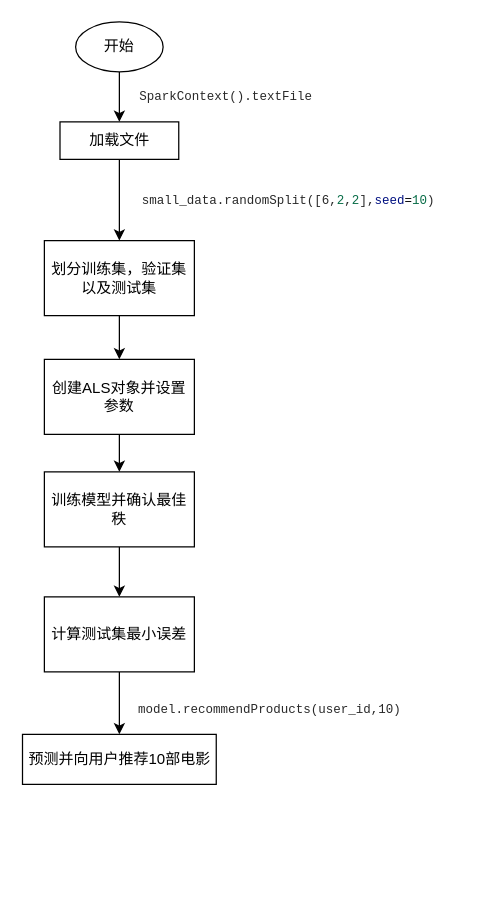
Earlier version of the draw.io diagram experiment_08.drawio (why147147/drawio-public). Source tidied: cells renumbered, new cells numbered last; positions are measured from the earlier drawing's top-left corner, leaving out a move shared by most shapes. Both pictures are drawn from the tidied source at 125%, with x=0, y=0 at pixel (22, 21).
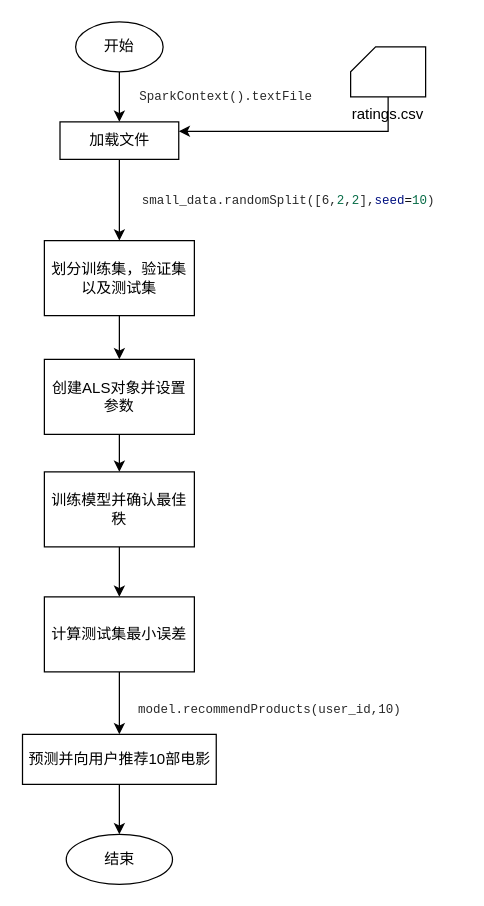
Above is the later version.

Unchanged cells that the change refers to:
```xml
<mxCell id="5" value="加载文件" style="whiteSpace=wrap;html=1;" parent="1" vertex="1">
  <mxGeometry x="29.5" y="80" width="95" height="30" as="geometry" />
</mxCell>
<mxCell id="16" value="预测并向用户推荐10部电影" style="whiteSpace=wrap;html=1;" parent="1" vertex="1">
  <mxGeometry x="-0.5" y="570" width="155" height="40" as="geometry" />
</mxCell>
```

The edit, as a diff of the source:
```diff
@@
+    <mxCell id="18" style="edgeStyle=orthogonalEdgeStyle;rounded=0;jettySize=auto;html=1;exitX=0.5;exitY=1;exitDx=0;exitDy=0;entryX=0.5;entryY=0;entryDx=0;entryDy=0;" parent="1" edge="1" source="16" target="19">
+      <mxGeometry relative="1" as="geometry" />
+    </mxCell>
@@
+    <mxCell id="19" value="结束" style="ellipse;whiteSpace=wrap;html=1;" parent="1" vertex="1">
+      <mxGeometry x="34.5" y="650" width="85" height="40" as="geometry" />
+    </mxCell>
+    <mxCell id="20" style="edgeStyle=orthogonalEdgeStyle;rounded=0;jettySize=auto;html=1;exitX=0.5;exitY=1;exitDx=0;exitDy=0;exitPerimeter=0;entryX=1;entryY=0.25;entryDx=0;entryDy=0;" parent="1" edge="1" source="21" target="5">
+      <mxGeometry relative="1" as="geometry" />
+    </mxCell>
+    <mxCell id="21" value="ratings.csv" style="verticalLabelPosition=bottom;verticalAlign=top;html=1;shape=card;whiteSpace=wrap;size=20;arcSize=12;" parent="1" vertex="1">
+      <mxGeometry x="262" y="20" width="60" height="40" as="geometry" />
+    </mxCell>
```
